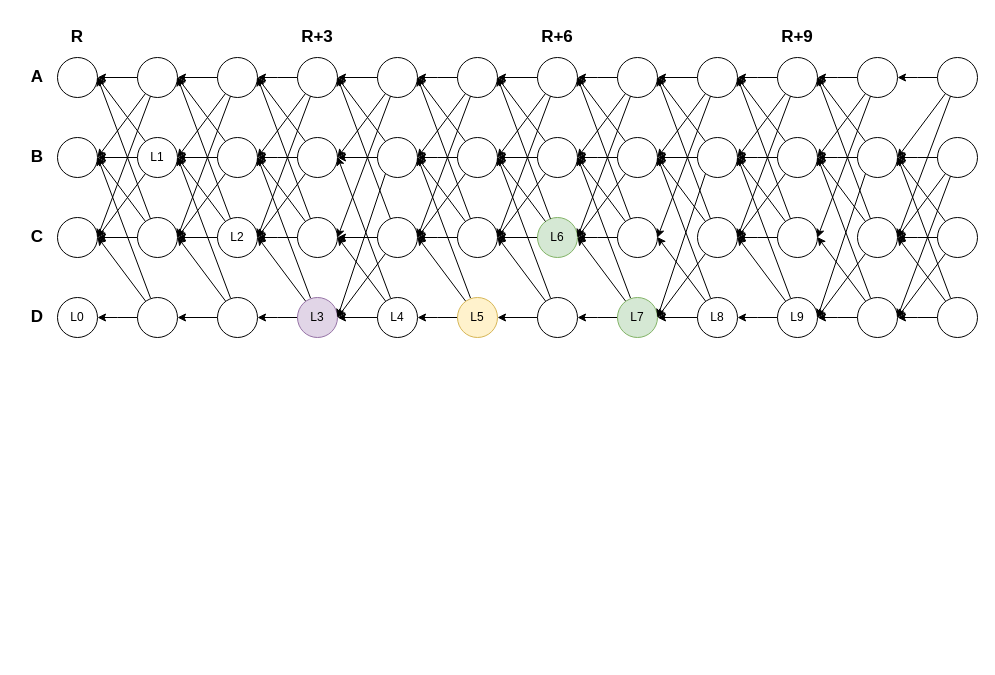
This is Untitled Diagram.drawio from asonnino/various-diagrams, a draw.io file, before an edit. Source tidied: cells renumbered, new cells numbered last; positions are measured from the earlier drawing's top-left corner, leaving out a move shared by most shapes. Both pictures are drawn from the tidied source at 100%, with x=0, y=0 at pixel (17, 17).
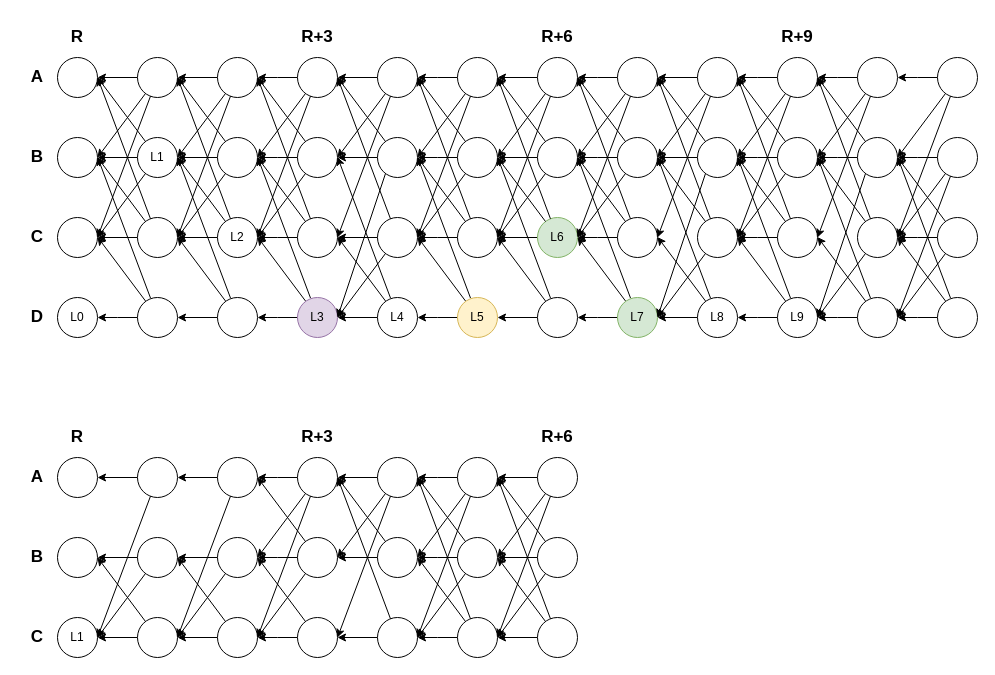
Above is the later version.

The edit, as a diff of the source:
```diff
@@
+    <mxCell id="190" style="ellipse;whiteSpace=wrap;html=1;" parent="1" vertex="1">
+      <mxGeometry x="40" y="440" width="40" height="40" as="geometry" />
+    </mxCell>
+    <mxCell id="191" value="&lt;b&gt;&lt;font style=&quot;font-size: 17px;&quot;&gt;A&lt;/font&gt;&lt;/b&gt;" style="text;html=1;align=center;verticalAlign=middle;whiteSpace=wrap;rounded=0;" parent="1" vertex="1">
+      <mxGeometry y="440" width="40" height="40" as="geometry" />
+    </mxCell>
+    <mxCell id="192" style="ellipse;whiteSpace=wrap;html=1;" parent="1" vertex="1">
+      <mxGeometry x="40" y="520" width="40" height="40" as="geometry" />
+    </mxCell>
+    <mxCell id="193" value="&lt;b&gt;&lt;font style=&quot;font-size: 17px;&quot;&gt;B&lt;/font&gt;&lt;/b&gt;" style="text;html=1;align=center;verticalAlign=middle;whiteSpace=wrap;rounded=0;" parent="1" vertex="1">
+      <mxGeometry y="520" width="40" height="40" as="geometry" />
+    </mxCell>
+    <mxCell id="194" value="L1" style="ellipse;whiteSpace=wrap;html=1;" parent="1" vertex="1">
+      <mxGeometry x="40" y="600" width="40" height="40" as="geometry" />
+    </mxCell>
+    <mxCell id="195" value="&lt;b&gt;&lt;font style=&quot;font-size: 17px;&quot;&gt;C&lt;/font&gt;&lt;/b&gt;" style="text;html=1;align=center;verticalAlign=middle;whiteSpace=wrap;rounded=0;" parent="1" vertex="1">
+      <mxGeometry y="600" width="40" height="40" as="geometry" />
+    </mxCell>
+    <mxCell id="196" style="edgeStyle=orthogonalEdgeStyle;rounded=0;jettySize=auto;html=1;entryX=1;entryY=0.5;entryDx=0;entryDy=0;" parent="1" edge="1" source="197" target="190">
+      <mxGeometry relative="1" as="geometry" />
+    </mxCell>
+    <mxCell id="197" style="ellipse;whiteSpace=wrap;html=1;" parent="1" vertex="1">
+      <mxGeometry x="120" y="440" width="40" height="40" as="geometry" />
+    </mxCell>
+    <mxCell id="198" style="edgeStyle=orthogonalEdgeStyle;rounded=0;jettySize=auto;html=1;entryX=1;entryY=0.5;entryDx=0;entryDy=0;" parent="1" edge="1" source="199" target="192">
+      <mxGeometry relative="1" as="geometry" />
+    </mxCell>
+    <mxCell id="199" style="ellipse;whiteSpace=wrap;html=1;" parent="1" vertex="1">
+      <mxGeometry x="120" y="520" width="40" height="40" as="geometry" />
+    </mxCell>
+    <mxCell id="200" style="edgeStyle=orthogonalEdgeStyle;rounded=0;jettySize=auto;html=1;entryX=1;entryY=0.5;entryDx=0;entryDy=0;" parent="1" edge="1" source="201" target="194">
+      <mxGeometry relative="1" as="geometry" />
+    </mxCell>
+    <mxCell id="201" style="ellipse;whiteSpace=wrap;html=1;" parent="1" vertex="1">
+      <mxGeometry x="120" y="600" width="40" height="40" as="geometry" />
+    </mxCell>
+    <mxCell id="202" value="&lt;b&gt;&lt;font style=&quot;font-size: 17px;&quot;&gt;R&lt;/font&gt;&lt;/b&gt;" style="text;html=1;strokeColor=none;fillColor=none;align=center;verticalAlign=middle;whiteSpace=wrap;rounded=0;" parent="1" vertex="1">
+      <mxGeometry x="40" y="400" width="40" height="40" as="geometry" />
+    </mxCell>
+    <mxCell id="203" value="&lt;b&gt;&lt;font style=&quot;font-size: 17px;&quot;&gt;R+3&lt;/font&gt;&lt;/b&gt;" style="text;html=1;strokeColor=none;fillColor=none;align=center;verticalAlign=middle;whiteSpace=wrap;rounded=0;" parent="1" vertex="1">
+      <mxGeometry x="280" y="400" width="40" height="40" as="geometry" />
+    </mxCell>
+    <mxCell id="204" value="&lt;b&gt;&lt;font style=&quot;font-size: 17px;&quot;&gt;R+6&lt;/font&gt;&lt;/b&gt;" style="text;html=1;strokeColor=none;fillColor=none;align=center;verticalAlign=middle;whiteSpace=wrap;rounded=0;" parent="1" vertex="1">
+      <mxGeometry x="520" y="400" width="40" height="40" as="geometry" />
+    </mxCell>
+    <mxCell id="205" style="rounded=0;jettySize=auto;html=1;entryX=1;entryY=0.5;entryDx=0;entryDy=0;" parent="1" edge="1" source="197" target="194">
+      <mxGeometry relative="1" as="geometry" />
+    </mxCell>
+    <mxCell id="206" style="rounded=0;orthogonalLoop=1;jettySize=auto;html=1;entryX=1;entryY=0.5;entryDx=0;entryDy=0;" parent="1" edge="1">
+      <mxGeometry relative="1" as="geometry">
+        <mxPoint x="128" y="556" as="sourcePoint" />
+        <mxPoint x="80" y="620" as="targetPoint" />
+      </mxGeometry>
+    </mxCell>
+    <mxCell id="207" style="rounded=0;orthogonalLoop=1;jettySize=auto;html=1;entryX=1;entryY=0.5;entryDx=0;entryDy=0;" parent="1" edge="1">
+      <mxGeometry relative="1" as="geometry">
+        <mxPoint x="128" y="604" as="sourcePoint" />
+        <mxPoint x="80" y="540" as="targetPoint" />
+      </mxGeometry>
+    </mxCell>
+    <mxCell id="208" style="edgeStyle=orthogonalEdgeStyle;rounded=0;jettySize=auto;html=1;entryX=1;entryY=0.5;entryDx=0;entryDy=0;" parent="1" edge="1" source="209" target="197">
+      <mxGeometry relative="1" as="geometry" />
+    </mxCell>
+    <mxCell id="209" style="ellipse;whiteSpace=wrap;html=1;" parent="1" vertex="1">
+      <mxGeometry x="200" y="440" width="40" height="40" as="geometry" />
+    </mxCell>
+    <mxCell id="210" style="edgeStyle=orthogonalEdgeStyle;rounded=0;jettySize=auto;html=1;entryX=1;entryY=0.5;entryDx=0;entryDy=0;" parent="1" edge="1" source="211" target="199">
+      <mxGeometry relative="1" as="geometry" />
+    </mxCell>
+    <mxCell id="211" style="ellipse;whiteSpace=wrap;html=1;" parent="1" vertex="1">
+      <mxGeometry x="200" y="520" width="40" height="40" as="geometry" />
+    </mxCell>
+    <mxCell id="212" style="edgeStyle=orthogonalEdgeStyle;rounded=0;jettySize=auto;html=1;entryX=1;entryY=0.5;entryDx=0;entryDy=0;" parent="1" edge="1" source="213" target="201">
+      <mxGeometry relative="1" as="geometry" />
+    </mxCell>
+    <mxCell id="213" style="ellipse;whiteSpace=wrap;html=1;" parent="1" vertex="1">
+      <mxGeometry x="200" y="600" width="40" height="40" as="geometry" />
+    </mxCell>
+    <mxCell id="214" style="rounded=0;jettySize=auto;html=1;entryX=1;entryY=0.5;entryDx=0;entryDy=0;" parent="1" edge="1" source="209">
+      <mxGeometry relative="1" as="geometry">
+        <mxPoint x="160" y="620" as="targetPoint" />
+      </mxGeometry>
+    </mxCell>
+    <mxCell id="215" style="rounded=0;orthogonalLoop=1;jettySize=auto;html=1;entryX=1;entryY=0.5;entryDx=0;entryDy=0;" parent="1" edge="1">
+      <mxGeometry relative="1" as="geometry">
+        <mxPoint x="208" y="556" as="sourcePoint" />
+        <mxPoint x="160" y="620" as="targetPoint" />
+      </mxGeometry>
+    </mxCell>
+    <mxCell id="216" style="rounded=0;orthogonalLoop=1;jettySize=auto;html=1;entryX=1;entryY=0.5;entryDx=0;entryDy=0;" parent="1" edge="1">
+      <mxGeometry relative="1" as="geometry">
+        <mxPoint x="208" y="604" as="sourcePoint" />
+        <mxPoint x="160" y="540" as="targetPoint" />
+      </mxGeometry>
+    </mxCell>
+    <mxCell id="217" style="edgeStyle=orthogonalEdgeStyle;rounded=0;jettySize=auto;html=1;entryX=1;entryY=0.5;entryDx=0;entryDy=0;" parent="1" edge="1" source="219">
+      <mxGeometry relative="1" as="geometry">
+        <mxPoint x="240" y="460" as="targetPoint" />
+      </mxGeometry>
+    </mxCell>
+    <mxCell id="218" style="rounded=0;jettySize=auto;html=1;entryX=1;entryY=0.5;entryDx=0;entryDy=0;" parent="1" edge="1" source="219">
+      <mxGeometry relative="1" as="geometry">
+        <mxPoint x="240" y="540" as="targetPoint" />
+      </mxGeometry>
+    </mxCell>
+    <mxCell id="219" style="ellipse;whiteSpace=wrap;html=1;" parent="1" vertex="1">
+      <mxGeometry x="280" y="440" width="40" height="40" as="geometry" />
+    </mxCell>
+    <mxCell id="220" style="edgeStyle=orthogonalEdgeStyle;rounded=0;jettySize=auto;html=1;entryX=1;entryY=0.5;entryDx=0;entryDy=0;" parent="1" edge="1" source="221">
+      <mxGeometry relative="1" as="geometry">
+        <mxPoint x="240" y="540" as="targetPoint" />
+      </mxGeometry>
+    </mxCell>
+    <mxCell id="221" style="ellipse;whiteSpace=wrap;html=1;" parent="1" vertex="1">
+      <mxGeometry x="280" y="520" width="40" height="40" as="geometry" />
+    </mxCell>
+    <mxCell id="222" style="edgeStyle=orthogonalEdgeStyle;rounded=0;jettySize=auto;html=1;entryX=1;entryY=0.5;entryDx=0;entryDy=0;" parent="1" edge="1" source="223">
+      <mxGeometry relative="1" as="geometry">
+        <mxPoint x="240" y="620" as="targetPoint" />
+      </mxGeometry>
+    </mxCell>
+    <mxCell id="223" style="ellipse;whiteSpace=wrap;html=1;" parent="1" vertex="1">
+      <mxGeometry x="280" y="600" width="40" height="40" as="geometry" />
+    </mxCell>
+    <mxCell id="224" style="rounded=0;jettySize=auto;html=1;entryX=1;entryY=0.5;entryDx=0;entryDy=0;" parent="1" edge="1" source="219">
+      <mxGeometry relative="1" as="geometry">
+        <mxPoint x="240" y="620" as="targetPoint" />
+      </mxGeometry>
+    </mxCell>
+    <mxCell id="225" style="rounded=0;orthogonalLoop=1;jettySize=auto;html=1;entryX=1;entryY=0.5;entryDx=0;entryDy=0;" parent="1" edge="1">
+      <mxGeometry relative="1" as="geometry">
+        <mxPoint x="288" y="556" as="sourcePoint" />
+        <mxPoint x="240" y="620" as="targetPoint" />
+      </mxGeometry>
+    </mxCell>
+    <mxCell id="226" style="rounded=0;jettySize=auto;html=1;entryX=1;entryY=0.5;entryDx=0;entryDy=0;" parent="1" edge="1" source="221">
+      <mxGeometry relative="1" as="geometry">
+        <mxPoint x="240" y="460" as="targetPoint" />
+      </mxGeometry>
+    </mxCell>
+    <mxCell id="227" style="rounded=0;orthogonalLoop=1;jettySize=auto;html=1;entryX=1;entryY=0.5;entryDx=0;entryDy=0;" parent="1" edge="1">
+      <mxGeometry relative="1" as="geometry">
+        <mxPoint x="288" y="604" as="sourcePoint" />
+        <mxPoint x="240" y="540" as="targetPoint" />
+      </mxGeometry>
+    </mxCell>
+    <mxCell id="228" style="rounded=0;jettySize=auto;html=1;entryX=1;entryY=0.5;entryDx=0;entryDy=0;" parent="1" edge="1" source="230">
+      <mxGeometry relative="1" as="geometry">
+        <mxPoint x="320" y="540" as="targetPoint" />
+      </mxGeometry>
+    </mxCell>
+    <mxCell id="229" style="edgeStyle=orthogonalEdgeStyle;rounded=0;jettySize=auto;html=1;entryX=1;entryY=0.5;entryDx=0;entryDy=0;" parent="1" edge="1" source="230" target="219">
+      <mxGeometry relative="1" as="geometry" />
+    </mxCell>
+    <mxCell id="230" style="ellipse;whiteSpace=wrap;html=1;" parent="1" vertex="1">
+      <mxGeometry x="360" y="440" width="40" height="40" as="geometry" />
+    </mxCell>
+    <mxCell id="231" style="edgeStyle=orthogonalEdgeStyle;rounded=0;jettySize=auto;html=1;entryX=1;entryY=0.5;entryDx=0;entryDy=0;" parent="1" edge="1" source="232" target="221">
+      <mxGeometry relative="1" as="geometry" />
+    </mxCell>
+    <mxCell id="232" style="ellipse;whiteSpace=wrap;html=1;" parent="1" vertex="1">
+      <mxGeometry x="360" y="520" width="40" height="40" as="geometry" />
+    </mxCell>
+    <mxCell id="233" style="edgeStyle=orthogonalEdgeStyle;rounded=0;jettySize=auto;html=1;entryX=1;entryY=0.5;entryDx=0;entryDy=0;" parent="1" edge="1" source="234" target="223">
+      <mxGeometry relative="1" as="geometry" />
+    </mxCell>
+    <mxCell id="234" style="ellipse;whiteSpace=wrap;html=1;" parent="1" vertex="1">
+      <mxGeometry x="360" y="600" width="40" height="40" as="geometry" />
+    </mxCell>
+    <mxCell id="235" style="rounded=0;jettySize=auto;html=1;entryX=1;entryY=0.5;entryDx=0;entryDy=0;" parent="1" edge="1" source="230">
+      <mxGeometry relative="1" as="geometry">
+        <mxPoint x="320" y="620" as="targetPoint" />
+      </mxGeometry>
+    </mxCell>
+    <mxCell id="236" style="rounded=0;jettySize=auto;html=1;entryX=1;entryY=0.5;entryDx=0;entryDy=0;" parent="1" edge="1" source="232">
+      <mxGeometry relative="1" as="geometry">
+        <mxPoint x="320" y="460" as="targetPoint" />
+      </mxGeometry>
+    </mxCell>
+    <mxCell id="237" style="rounded=0;jettySize=auto;html=1;entryX=1;entryY=0.5;entryDx=0;entryDy=0;" parent="1" edge="1" source="234">
+      <mxGeometry relative="1" as="geometry">
+        <mxPoint x="320" y="460" as="targetPoint" />
+      </mxGeometry>
+    </mxCell>
+    <mxCell id="238" style="edgeStyle=orthogonalEdgeStyle;rounded=0;jettySize=auto;html=1;entryX=1;entryY=0.5;entryDx=0;entryDy=0;" parent="1" edge="1" source="240">
+      <mxGeometry relative="1" as="geometry">
+        <mxPoint x="400" y="460" as="targetPoint" />
+      </mxGeometry>
+    </mxCell>
+    <mxCell id="239" style="rounded=0;jettySize=auto;html=1;entryX=1;entryY=0.5;entryDx=0;entryDy=0;" parent="1" edge="1" source="240">
+      <mxGeometry relative="1" as="geometry">
+        <mxPoint x="400" y="540" as="targetPoint" />
+      </mxGeometry>
+    </mxCell>
+    <mxCell id="240" style="ellipse;whiteSpace=wrap;html=1;" parent="1" vertex="1">
+      <mxGeometry x="440" y="440" width="40" height="40" as="geometry" />
+    </mxCell>
+    <mxCell id="241" style="edgeStyle=orthogonalEdgeStyle;rounded=0;jettySize=auto;html=1;entryX=1;entryY=0.5;entryDx=0;entryDy=0;" parent="1" edge="1" source="242">
+      <mxGeometry relative="1" as="geometry">
+        <mxPoint x="400" y="540" as="targetPoint" />
+      </mxGeometry>
+    </mxCell>
+    <mxCell id="242" style="ellipse;whiteSpace=wrap;html=1;" parent="1" vertex="1">
+      <mxGeometry x="440" y="520" width="40" height="40" as="geometry" />
+    </mxCell>
+    <mxCell id="243" style="edgeStyle=orthogonalEdgeStyle;rounded=0;jettySize=auto;html=1;entryX=1;entryY=0.5;entryDx=0;entryDy=0;" parent="1" edge="1" source="244">
+      <mxGeometry relative="1" as="geometry">
+        <mxPoint x="400" y="620" as="targetPoint" />
+      </mxGeometry>
+    </mxCell>
+    <mxCell id="244" style="ellipse;whiteSpace=wrap;html=1;" parent="1" vertex="1">
+      <mxGeometry x="440" y="600" width="40" height="40" as="geometry" />
+    </mxCell>
+    <mxCell id="245" style="rounded=0;jettySize=auto;html=1;entryX=1;entryY=0.5;entryDx=0;entryDy=0;" parent="1" edge="1" source="240">
+      <mxGeometry relative="1" as="geometry">
+        <mxPoint x="400" y="620" as="targetPoint" />
+      </mxGeometry>
+    </mxCell>
+    <mxCell id="246" style="rounded=0;orthogonalLoop=1;jettySize=auto;html=1;entryX=1;entryY=0.5;entryDx=0;entryDy=0;" parent="1" edge="1">
+      <mxGeometry relative="1" as="geometry">
+        <mxPoint x="448" y="556" as="sourcePoint" />
+        <mxPoint x="400" y="620" as="targetPoint" />
+      </mxGeometry>
+    </mxCell>
+    <mxCell id="247" style="rounded=0;jettySize=auto;html=1;entryX=1;entryY=0.5;entryDx=0;entryDy=0;" parent="1" edge="1" source="242">
+      <mxGeometry relative="1" as="geometry">
+        <mxPoint x="400" y="460" as="targetPoint" />
+      </mxGeometry>
+    </mxCell>
+    <mxCell id="248" style="rounded=0;jettySize=auto;html=1;entryX=1;entryY=0.5;entryDx=0;entryDy=0;" parent="1" edge="1" source="244">
+      <mxGeometry relative="1" as="geometry">
+        <mxPoint x="400" y="460" as="targetPoint" />
+      </mxGeometry>
+    </mxCell>
+    <mxCell id="249" style="rounded=0;orthogonalLoop=1;jettySize=auto;html=1;entryX=1;entryY=0.5;entryDx=0;entryDy=0;" parent="1" edge="1">
+      <mxGeometry relative="1" as="geometry">
+        <mxPoint x="448" y="604" as="sourcePoint" />
+        <mxPoint x="400" y="540" as="targetPoint" />
+      </mxGeometry>
+    </mxCell>
+    <mxCell id="250" style="rounded=0;jettySize=auto;html=1;entryX=1;entryY=0.5;entryDx=0;entryDy=0;" parent="1" edge="1" source="252">
+      <mxGeometry relative="1" as="geometry">
+        <mxPoint x="480" y="540" as="targetPoint" />
+      </mxGeometry>
+    </mxCell>
+    <mxCell id="251" style="edgeStyle=orthogonalEdgeStyle;rounded=0;jettySize=auto;html=1;entryX=1;entryY=0.5;entryDx=0;entryDy=0;" parent="1" edge="1" source="252" target="240">
+      <mxGeometry relative="1" as="geometry" />
+    </mxCell>
+    <mxCell id="252" style="ellipse;whiteSpace=wrap;html=1;" parent="1" vertex="1">
+      <mxGeometry x="520" y="440" width="40" height="40" as="geometry" />
+    </mxCell>
+    <mxCell id="253" style="edgeStyle=orthogonalEdgeStyle;rounded=0;jettySize=auto;html=1;entryX=1;entryY=0.5;entryDx=0;entryDy=0;" parent="1" edge="1" source="254" target="242">
+      <mxGeometry relative="1" as="geometry" />
+    </mxCell>
+    <mxCell id="254" style="ellipse;whiteSpace=wrap;html=1;" parent="1" vertex="1">
+      <mxGeometry x="520" y="520" width="40" height="40" as="geometry" />
+    </mxCell>
+    <mxCell id="255" style="edgeStyle=orthogonalEdgeStyle;rounded=0;jettySize=auto;html=1;entryX=1;entryY=0.5;entryDx=0;entryDy=0;" parent="1" edge="1" source="256" target="244">
+      <mxGeometry relative="1" as="geometry" />
+    </mxCell>
+    <mxCell id="256" style="ellipse;whiteSpace=wrap;html=1;" parent="1" vertex="1">
+      <mxGeometry x="520" y="600" width="40" height="40" as="geometry" />
+    </mxCell>
+    <mxCell id="257" style="rounded=0;jettySize=auto;html=1;entryX=1;entryY=0.5;entryDx=0;entryDy=0;" parent="1" edge="1" source="252">
+      <mxGeometry relative="1" as="geometry">
+        <mxPoint x="480" y="620" as="targetPoint" />
+      </mxGeometry>
+    </mxCell>
+    <mxCell id="258" style="rounded=0;orthogonalLoop=1;jettySize=auto;html=1;entryX=1;entryY=0.5;entryDx=0;entryDy=0;" parent="1" edge="1">
+      <mxGeometry relative="1" as="geometry">
+        <mxPoint x="528" y="556" as="sourcePoint" />
+        <mxPoint x="480" y="620" as="targetPoint" />
+      </mxGeometry>
+    </mxCell>
+    <mxCell id="259" style="rounded=0;jettySize=auto;html=1;entryX=1;entryY=0.5;entryDx=0;entryDy=0;" parent="1" edge="1" source="254">
+      <mxGeometry relative="1" as="geometry">
+        <mxPoint x="480" y="460" as="targetPoint" />
+      </mxGeometry>
+    </mxCell>
+    <mxCell id="260" style="rounded=0;jettySize=auto;html=1;entryX=1;entryY=0.5;entryDx=0;entryDy=0;" parent="1" edge="1" source="256">
+      <mxGeometry relative="1" as="geometry">
+        <mxPoint x="480" y="460" as="targetPoint" />
+      </mxGeometry>
+    </mxCell>
+    <mxCell id="261" style="rounded=0;orthogonalLoop=1;jettySize=auto;html=1;entryX=1;entryY=0.5;entryDx=0;entryDy=0;" parent="1" edge="1">
+      <mxGeometry relative="1" as="geometry">
+        <mxPoint x="528" y="604" as="sourcePoint" />
+        <mxPoint x="480" y="540" as="targetPoint" />
+      </mxGeometry>
+    </mxCell>
```
